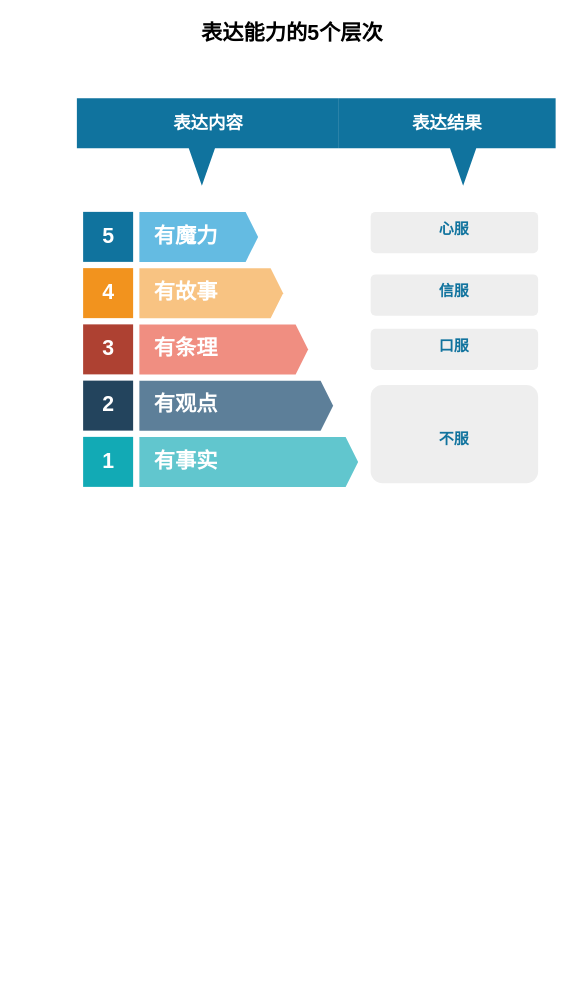
mashifei/uml keeps this draw.io diagram as page "表达力" (7 of 7) of 模型.drawio. Above is the earlier version. Source tidied: cells renumbered, new cells numbered last; positions are measured from the earlier drawing's top-left corner, leaving out a move shared by most shapes. Both pictures are drawn from the tidied source at 125%, with x=0, y=0 at pixel (76, 21).
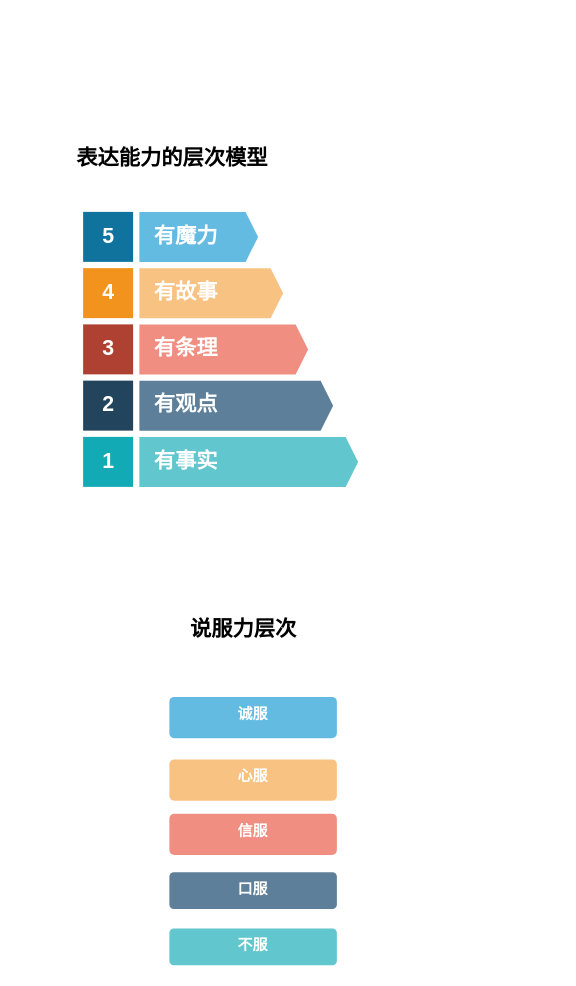
The same page after the edit.

What changed in the source:
```diff
@@
 <mxGraphModel>
   <root>
     <mxCell id="0" />
     <mxCell id="1" parent="0" />
     <mxCell id="2" value="5" style="html=1;fillColor=#10739E;strokeColor=none;shadow=0;fontSize=17;fontColor=#FFFFFF;align=center;fontStyle=1;rounded=0;" parent="1" vertex="1">
       <mxGeometry x="5" y="152" width="40" height="40" as="geometry" />
     </mxCell>
-    <mxCell id="3" value="有魔力" style="shape=mxgraph.infographic.ribbonSimple;notch1=0;notch2=10;notch=0;html=1;fillColor=#64BBE2;strokeColor=none;shadow=0;fontSize=17;fontColor=#FFFFFF;align=left;spacingLeft=10;fontStyle=1;" parent="1" vertex="1">
+    <mxCell id="3" value="有魔力" style="shape=mxgraph.infographic.ribbonSimple;notch1=0;notch2=10;notch=0;html=1;strokeColor=none;shadow=0;fontSize=17;fontColor=#FFFFFF;align=left;spacingLeft=10;fontStyle=1;fillColor=#64BBE2;" parent="1" vertex="1">
       <mxGeometry x="50" y="152" width="95" height="40" as="geometry" />
     </mxCell>
     <mxCell id="4" value="4" style="html=1;fillColor=#F2931E;strokeColor=none;shadow=0;fontSize=17;fontColor=#FFFFFF;align=center;fontStyle=1;rounded=0;" parent="1" vertex="1">
       <mxGeometry x="5" y="197" width="40" height="40" as="geometry" />
     </mxCell>
-    <mxCell id="5" value="有故事" style="shape=mxgraph.infographic.ribbonSimple;notch1=0;notch2=10;notch=0;html=1;fillColor=#F8C382;strokeColor=none;shadow=0;fontSize=17;fontColor=#FFFFFF;align=left;spacingLeft=10;fontStyle=1;" parent="1" vertex="1">
+    <mxCell id="5" value="有故事" style="shape=mxgraph.infographic.ribbonSimple;notch1=0;notch2=10;notch=0;html=1;strokeColor=none;shadow=0;fontSize=17;fontColor=#FFFFFF;align=left;spacingLeft=10;fontStyle=1;fillColor=#F8C382;" parent="1" vertex="1">
       <mxGeometry x="50" y="197" width="115" height="40" as="geometry" />
     </mxCell>
     <mxCell id="6" value="3" style="html=1;fillColor=#AE4132;strokeColor=none;shadow=0;fontSize=17;fontColor=#FFFFFF;align=center;fontStyle=1;rounded=0;" parent="1" vertex="1">
       <mxGeometry x="5" y="242" width="40" height="40" as="geometry" />
     </mxCell>
     <mxCell id="7" value="有条理" style="shape=mxgraph.infographic.ribbonSimple;notch1=0;notch2=10;notch=0;html=1;fillColor=#F08E81;strokeColor=none;shadow=0;fontSize=17;fontColor=#FFFFFF;align=left;spacingLeft=10;fontStyle=1;" parent="1" vertex="1">
       <mxGeometry x="50" y="242" width="135" height="40" as="geometry" />
     </mxCell>
     <mxCell id="8" value="2" style="html=1;fillColor=#23445D;strokeColor=none;shadow=0;fontSize=17;fontColor=#FFFFFF;align=center;fontStyle=1;rounded=0;" parent="1" vertex="1">
       <mxGeometry x="5" y="287" width="40" height="40" as="geometry" />
     </mxCell>
     <mxCell id="9" value="有观点" style="shape=mxgraph.infographic.ribbonSimple;notch1=0;notch2=10;notch=0;html=1;fillColor=#5D7F99;strokeColor=none;shadow=0;fontSize=17;fontColor=#FFFFFF;align=left;spacingLeft=10;fontStyle=1;" parent="1" vertex="1">
       <mxGeometry x="50" y="287" width="155" height="40" as="geometry" />
     </mxCell>
     <mxCell id="10" value="1" style="html=1;fillColor=#12AAB5;strokeColor=none;shadow=0;fontSize=17;fontColor=#FFFFFF;align=center;fontStyle=1;rounded=0;" parent="1" vertex="1">
       <mxGeometry x="5" y="332" width="40" height="40" as="geometry" />
     </mxCell>
     <mxCell id="11" value="有事实" style="shape=mxgraph.infographic.ribbonSimple;notch1=0;notch2=10;notch=0;html=1;fillColor=#61C6CE;strokeColor=none;shadow=0;fontSize=17;fontColor=#FFFFFF;align=left;spacingLeft=10;fontStyle=1;" parent="1" vertex="1">
       <mxGeometry x="50" y="332" width="175" height="40" as="geometry" />
     </mxCell>
-    <mxCell id="12" value="&lt;font color=&quot;#10739e&quot;&gt;&lt;b&gt;心服&lt;/b&gt;&lt;/font&gt;" style="rounded=1;strokeColor=none;fillColor=#EEEEEE;align=center;arcSize=12;verticalAlign=top;whiteSpace=wrap;html=1;fontSize=12;" parent="1" vertex="1">
-      <mxGeometry x="235" y="152" width="134" height="33" as="geometry" />
+    <mxCell id="12" value="&lt;b&gt;&lt;font color=&quot;#ffffff&quot;&gt;诚服&lt;/font&gt;&lt;/b&gt;" style="rounded=1;strokeColor=none;align=center;arcSize=12;verticalAlign=top;whiteSpace=wrap;html=1;fontSize=12;fillColor=#64BBE2;" parent="1" vertex="1">
+      <mxGeometry x="74" y="540" width="134" height="33" as="geometry" />
     </mxCell>
-    <mxCell id="13" value="&lt;font color=&quot;#10739e&quot;&gt;&lt;b&gt;信服&lt;/b&gt;&lt;/font&gt;" style="rounded=1;strokeColor=none;fillColor=#EEEEEE;align=center;arcSize=12;verticalAlign=top;whiteSpace=wrap;html=1;fontSize=12;" parent="1" vertex="1">
-      <mxGeometry x="235" y="202" width="134" height="33" as="geometry" />
+    <mxCell id="13" value="&lt;b&gt;&lt;font color=&quot;#ffffff&quot;&gt;心服&lt;/font&gt;&lt;/b&gt;" style="rounded=1;strokeColor=none;align=center;arcSize=12;verticalAlign=top;whiteSpace=wrap;html=1;fontSize=12;fillColor=#F8C382;" parent="1" vertex="1">
+      <mxGeometry x="74" y="590" width="134" height="33" as="geometry" />
     </mxCell>
-    <mxCell id="14" value="&lt;font color=&quot;#10739e&quot;&gt;&lt;b&gt;口服&lt;/b&gt;&lt;/font&gt;" style="rounded=1;strokeColor=none;fillColor=#EEEEEE;align=center;arcSize=12;verticalAlign=top;whiteSpace=wrap;html=1;fontSize=12;" parent="1" vertex="1">
-      <mxGeometry x="235" y="245.5" width="134" height="33" as="geometry" />
+    <mxCell id="14" value="&lt;b&gt;&lt;font color=&quot;#ffffff&quot;&gt;信服&lt;/font&gt;&lt;/b&gt;" style="rounded=1;strokeColor=none;align=center;arcSize=12;verticalAlign=top;whiteSpace=wrap;html=1;fontSize=12;fillColor=#F08E81;" parent="1" vertex="1">
+      <mxGeometry x="74" y="633.5" width="134" height="33" as="geometry" />
     </mxCell>
-    <mxCell id="15" value="&lt;font color=&quot;#10739e&quot;&gt;&lt;b&gt;&lt;br&gt;&lt;br&gt;不服&lt;/b&gt;&lt;/font&gt;" style="rounded=1;strokeColor=none;fillColor=#EEEEEE;align=center;arcSize=12;verticalAlign=top;whiteSpace=wrap;html=1;fontSize=12;" parent="1" vertex="1">
-      <mxGeometry x="235" y="290.5" width="134" height="78.5" as="geometry" />
+    <mxCell id="15" value="&lt;b&gt;&lt;font color=&quot;#ffffff&quot;&gt;口服&lt;/font&gt;&lt;/b&gt;" style="rounded=1;strokeColor=none;align=center;arcSize=12;verticalAlign=top;whiteSpace=wrap;html=1;fontSize=12;fillColor=#5D7F99;" parent="1" vertex="1">
+      <mxGeometry x="74" y="680.2" width="134" height="29.5" as="geometry" />
     </mxCell>
-    <mxCell id="16" value="表达内容" style="html=1;shape=mxgraph.infographic.barCallout;dx=100;dy=30;fillColor=#10739E;strokeColor=none;align=center;verticalAlign=top;fontColor=#ffffff;fontSize=14;fontStyle=1;shadow=0;spacingTop=5;" parent="1" vertex="1">
-      <mxGeometry y="61" width="209" height="70" as="geometry" />
-    </mxCell>
-    <mxCell id="17" value="表达结果" style="html=1;shape=mxgraph.infographic.barCallout;dx=100;dy=30;fillColor=#10739E;strokeColor=none;align=center;verticalAlign=top;fontColor=#ffffff;fontSize=14;fontStyle=1;shadow=0;spacingTop=5;" parent="1" vertex="1">
-      <mxGeometry x="209" y="61" width="174" height="70" as="geometry" />
-    </mxCell>
-    <mxCell id="18" value="表达能力的5个层次" style="text;html=1;strokeColor=none;fillColor=none;align=center;verticalAlign=middle;whiteSpace=wrap;rounded=0;fontStyle=1;fontSize=17;" parent="1" vertex="1">
-      <mxGeometry x="52" width="241" height="20" as="geometry" />
+    <mxCell id="18" value="表达能力的层次模型" style="text;html=1;strokeColor=none;fillColor=none;align=center;verticalAlign=middle;whiteSpace=wrap;rounded=0;fontStyle=1;fontSize=17;" parent="1" vertex="1">
+      <mxGeometry x="-44" y="100" width="241" height="20" as="geometry" />
     </mxCell>
+    <mxCell id="19" value="&lt;b&gt;&lt;font color=&quot;#ffffff&quot;&gt;不服&lt;/font&gt;&lt;/b&gt;" style="rounded=1;strokeColor=none;align=center;arcSize=12;verticalAlign=top;whiteSpace=wrap;html=1;fontSize=12;fillColor=#61C6CE;" parent="1" vertex="1">
+      <mxGeometry x="74" y="725.2" width="134" height="29.5" as="geometry" />
+    </mxCell>
+    <mxCell id="20" value="说服力层次" style="text;html=1;strokeColor=none;fillColor=none;align=center;verticalAlign=middle;whiteSpace=wrap;rounded=0;fontStyle=1;fontSize=17;" parent="1" vertex="1">
+      <mxGeometry x="13" y="477" width="241" height="20" as="geometry" />
+    </mxCell>
   </root>
 </mxGraphModel>
```
